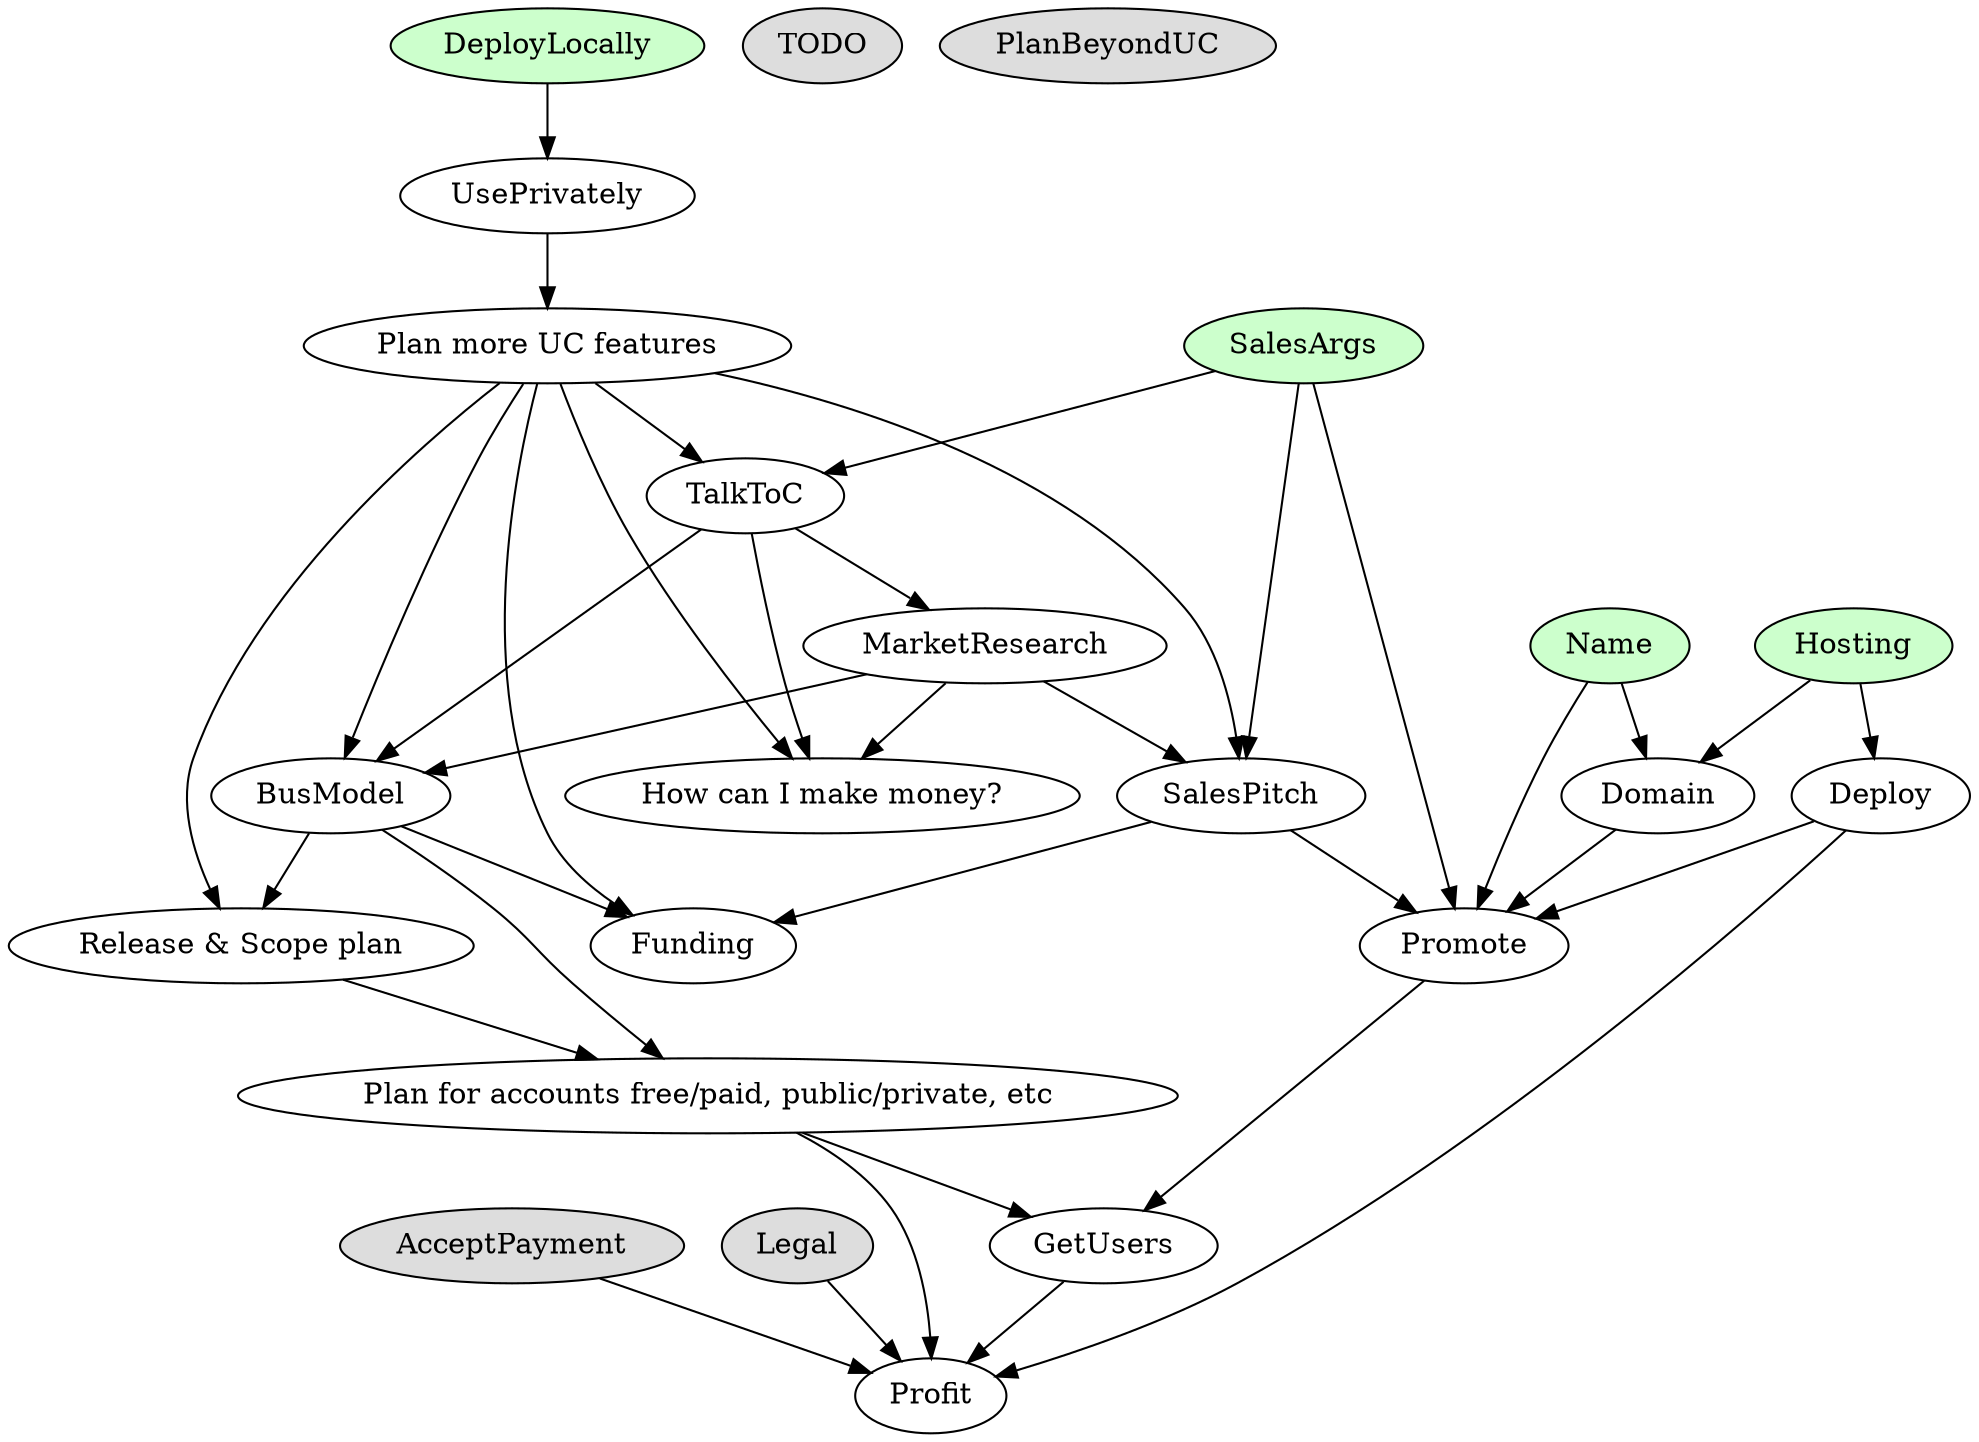
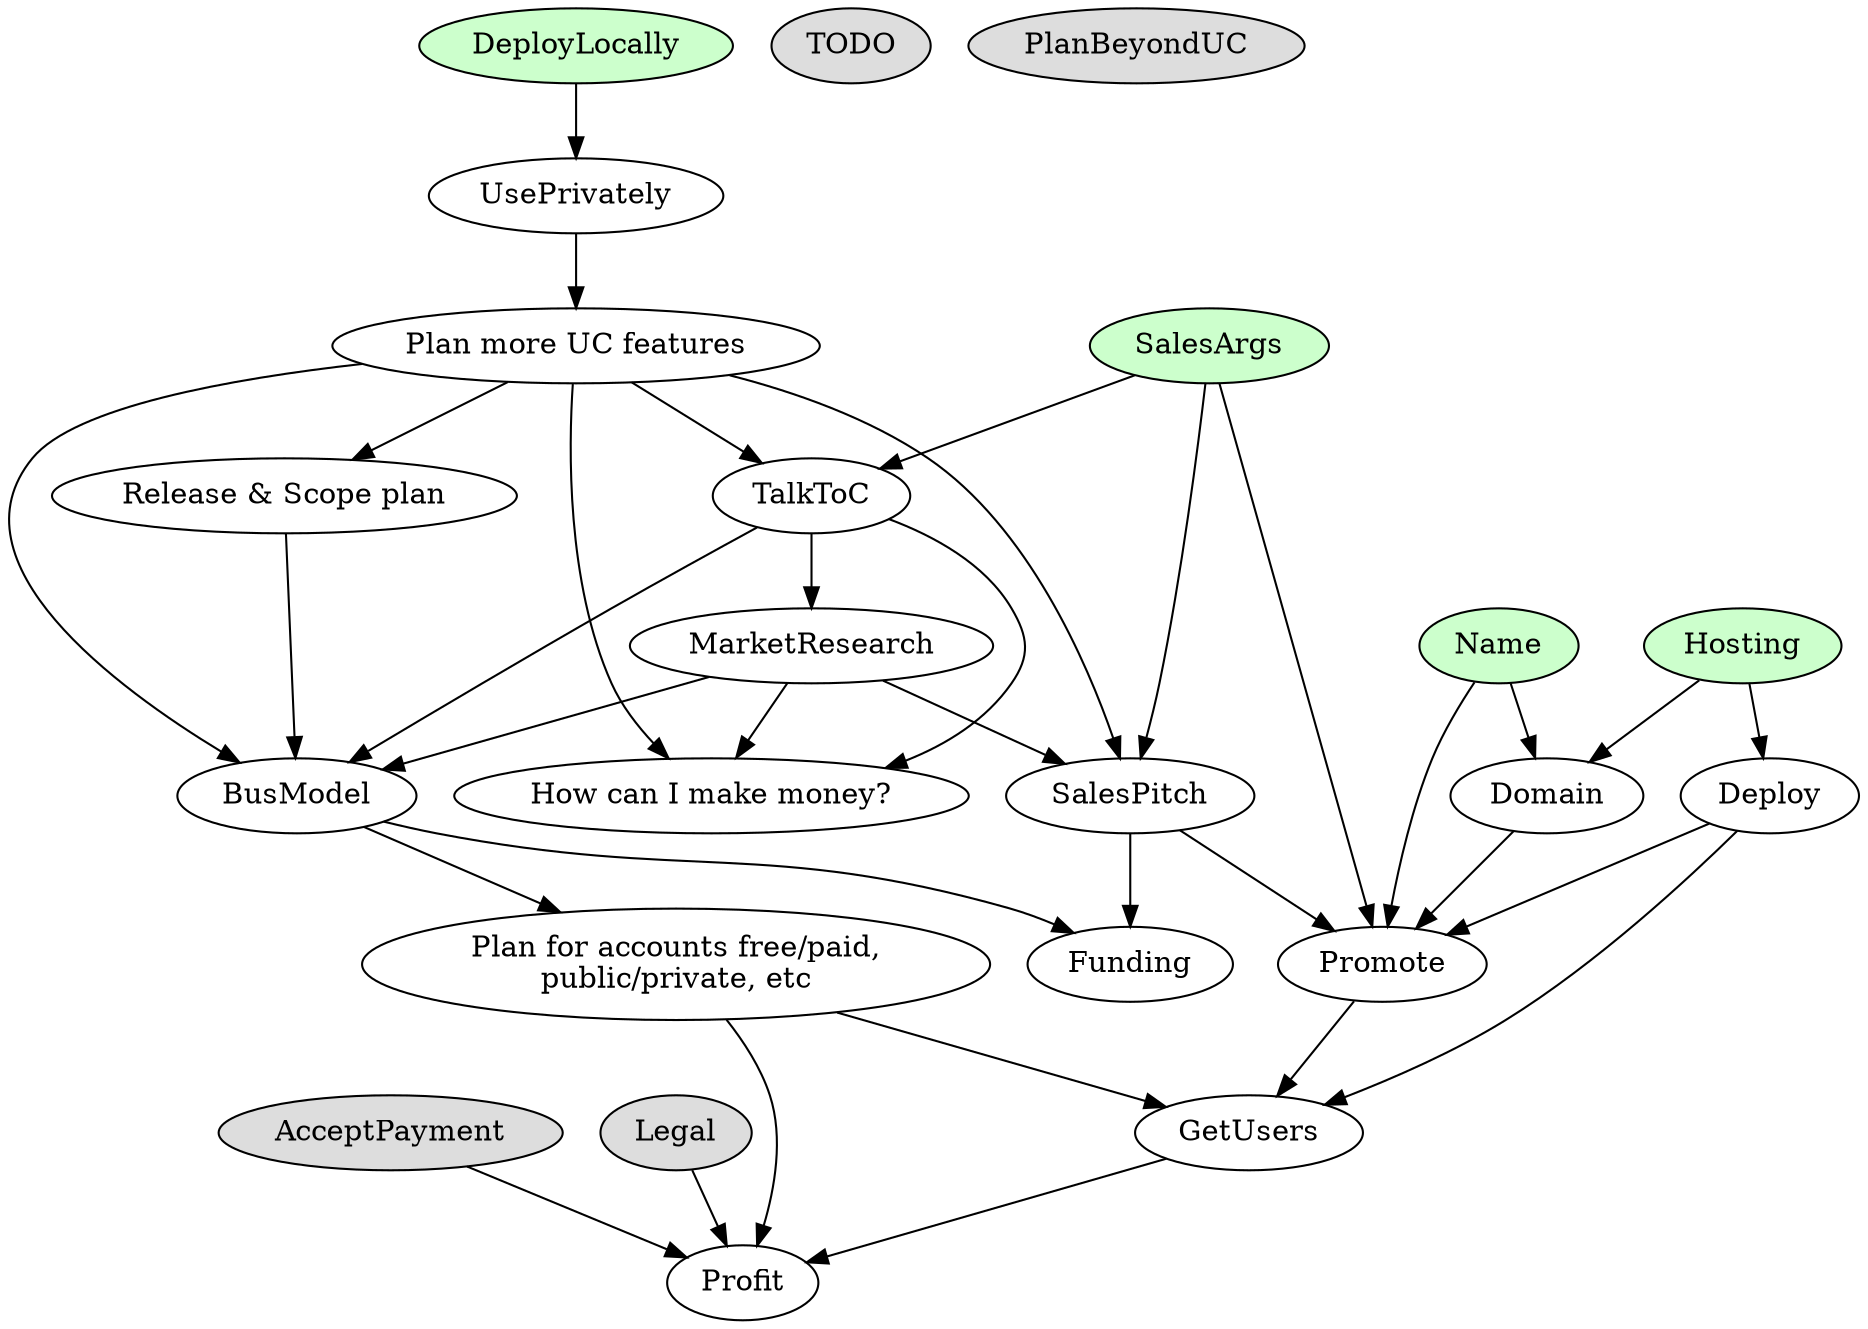
digraph G {

{
  node [style=filled, fillcolor="#ccffcc"]
  SalesArgs
  DeployLocally
  Hosting
  Name
}
{
  node [style=filled, fillcolor="#dddddd"]
  AcceptPayment
  Legal
  TODO
  PlanBeyondUC
}

Promote
HowMoney [label="How can I make money?"]
Funding
- AccountPlan [label="Plan for accounts free/paid, public/private, etc"]
+ AccountPlan [label="Plan for accounts free/paid,\npublic/private, etc"]
GetUsers
RelScope [label="Release & Scope plan"]
Deploy
PlanUcF [label="Plan more UC features"]
BusModel
SalesPitch
Domain
TalkToC
- // MarketResearch

{Domain; Deploy; SalesPitch; SalesArgs; Name} -> Promote
{Hosting;Name} -> Domain
{PlanUcF; TalkToC; MarketResearch} -> HowMoney
{SalesArgs; PlanUcF} -> TalkToC
- {SalesPitch; PlanUcF; BusModel} -> Funding
- {BusModel; PlanUcF} -> RelScope
+ {SalesPitch; BusModel} -> Funding
+ {PlanUcF} -> RelScope
{MarketResearch; SalesArgs; PlanUcF} -> SalesPitch
- {MarketResearch; PlanUcF; TalkToC} -> BusModel
+ {MarketResearch; PlanUcF; TalkToC; RelScope} -> BusModel
{Hosting} -> Deploy
- {Promote; AccountPlan} -> GetUsers
- {BusModel; RelScope} -> AccountPlan
+ {Promote; Deploy; AccountPlan} -> GetUsers
+ {BusModel} -> AccountPlan
DeployLocally -> UsePrivately; UsePrivately -> PlanUcF
- {Legal; Deploy; AccountPlan; AcceptPayment; GetUsers} -> Profit
+ {Legal; AccountPlan; AcceptPayment; GetUsers} -> Profit
TalkToC -> MarketResearch

}
